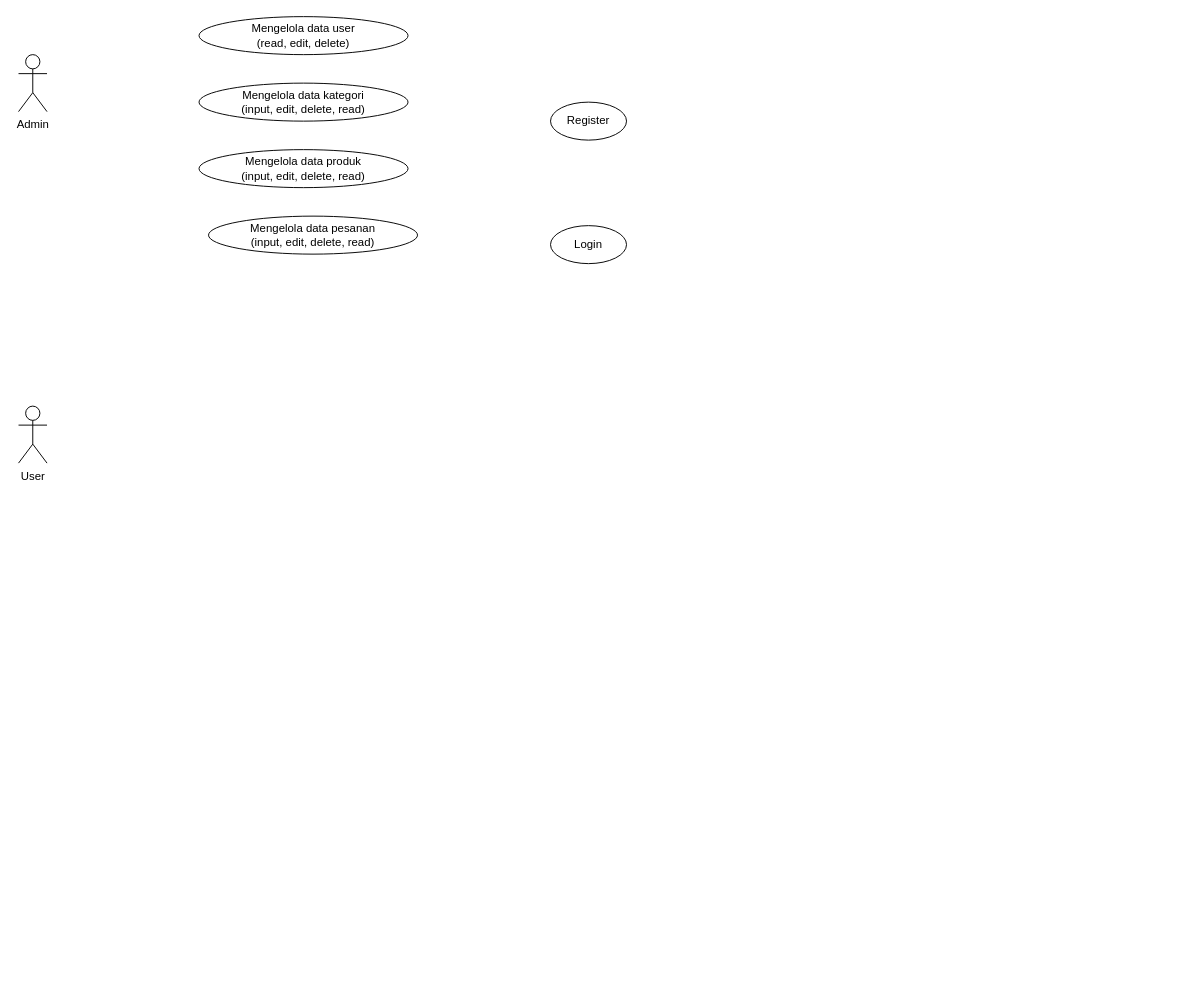
This is Diagram Tanpa Judul.drawio from sintariaulia/Diagram, a draw.io file, before an edit. Source tidied: cells renumbered, new cells numbered last; positions are measured from the earlier drawing's top-left corner, leaving out a move shared by most shapes. Both pictures are drawn from the tidied source at 95%, with x=0, y=0 at pixel (18, 16).
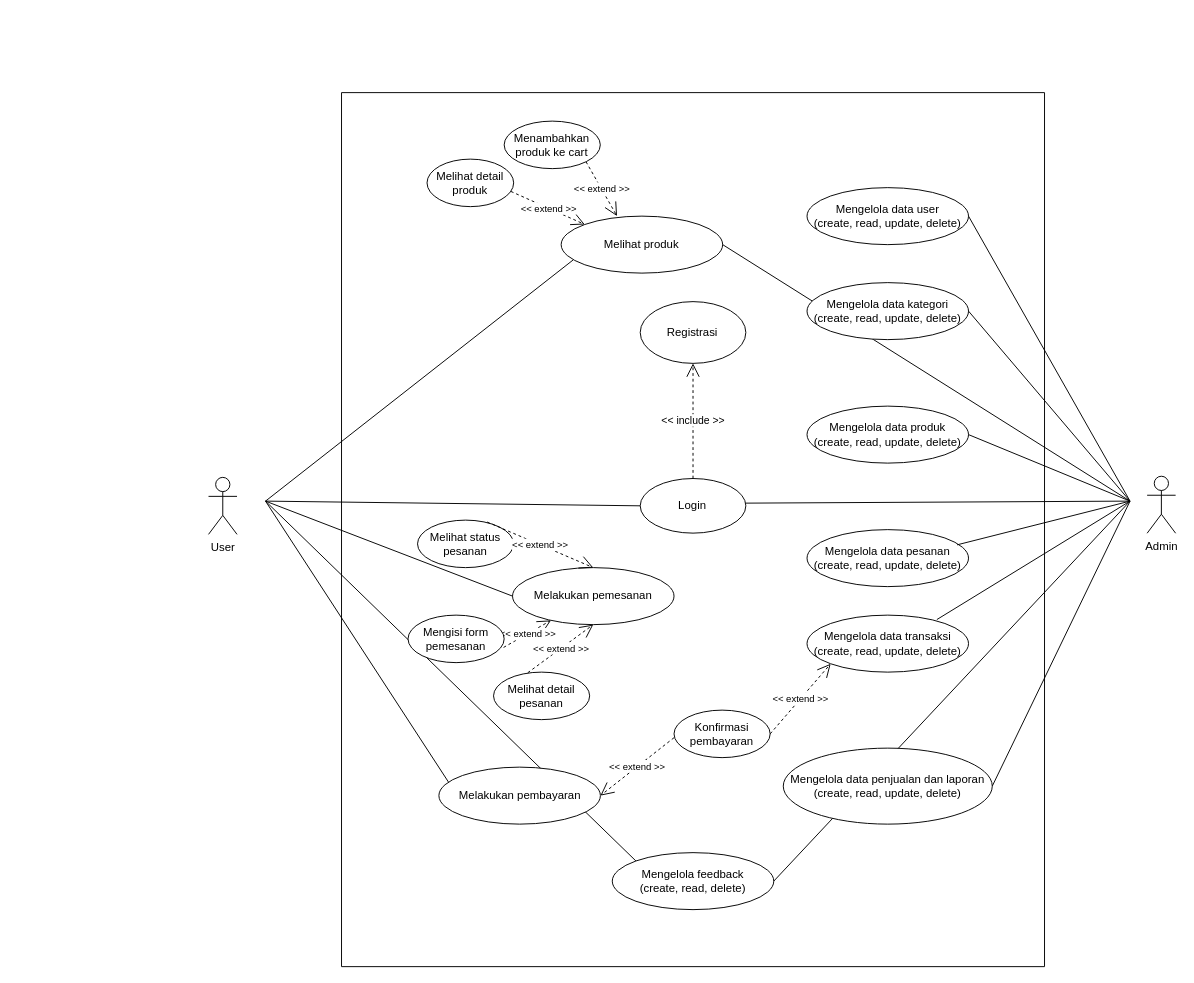
After the change.

What changed in the source:
```diff
@@
     <mxCell id="2" value="Admin" style="shape=umlActor;verticalLabelPosition=bottom;verticalAlign=top;html=1;" parent="1" vertex="1">
-      <mxGeometry y="40" width="30" height="60" as="geometry" />
+      <mxGeometry x="1188" y="483.8" width="30" height="60" as="geometry" />
     </mxCell>
     <mxCell id="3" value="User" style="shape=umlActor;verticalLabelPosition=bottom;verticalAlign=top;html=1;" parent="1" vertex="1">
-      <mxGeometry y="410" width="30" height="60" as="geometry" />
+      <mxGeometry x="200" y="485" width="30" height="60" as="geometry" />
     </mxCell>
+    <mxCell id="10" value="Mengelola data produk&lt;br&gt;(create, read, update, delete)" style="ellipse;whiteSpace=wrap;html=1;" parent="1" vertex="1">
+      <mxGeometry x="830" y="410" width="170" height="60" as="geometry" />
+    </mxCell>
+    <mxCell id="11" value="Mengelola data pesanan&lt;br&gt;(create, read, update, delete)" style="ellipse;whiteSpace=wrap;html=1;" parent="1" vertex="1">
+      <mxGeometry x="830" y="540" width="170" height="60" as="geometry" />
+    </mxCell>
+    <mxCell id="12" value="Melihat produk" style="ellipse;whiteSpace=wrap;html=1;" parent="1" vertex="1">
+      <mxGeometry x="571.2" y="210" width="170" height="60" as="geometry" />
+    </mxCell>
+    <mxCell id="13" value="&lt;font style=&quot;font-size: 10px;&quot;&gt;&amp;lt;&amp;lt; extend &amp;gt;&amp;gt;&lt;/font&gt;" style="endArrow=open;endSize=12;dashed=1;html=1;rounded=0;exitX=1;exitY=1;exitDx=0;exitDy=0;" parent="1" edge="1" source="47">
+      <mxGeometry relative="1" as="geometry">
+        <mxPoint x="630" y="210" as="targetPoint" />
+      </mxGeometry>
+    </mxCell>
+    <mxCell id="14" value="&lt;font style=&quot;font-size: 10px;&quot;&gt;&amp;lt;&amp;lt; extend &amp;gt;&amp;gt;&lt;/font&gt;" style="endArrow=open;endSize=12;dashed=1;html=1;rounded=0;exitX=0.968;exitY=0.68;exitDx=0;exitDy=0;exitPerimeter=0;entryX=0;entryY=0;entryDx=0;entryDy=0;" parent="1" edge="1" source="48" target="12">
+      <mxGeometry relative="1" as="geometry" />
+    </mxCell>
+    <mxCell id="15" style="endArrow=none;html=1;rounded=0;entryX=0;entryY=0.5;entryDx=0;entryDy=0;" parent="1" edge="1" target="4">
+      <mxGeometry relative="1" as="geometry">
+        <mxPoint x="260" y="510" as="sourcePoint" />
+      </mxGeometry>
+    </mxCell>
+    <mxCell id="16" style="endArrow=none;html=1;rounded=0;" parent="1" edge="1">
+      <mxGeometry relative="1" as="geometry">
+        <mxPoint x="730.6" y="512.3" as="sourcePoint" />
+        <mxPoint x="1170" y="510" as="targetPoint" />
+      </mxGeometry>
+    </mxCell>
+    <mxCell id="17" style="endArrow=none;html=1;rounded=0;exitX=1;exitY=0.5;exitDx=0;exitDy=0;" parent="1" edge="1" source="10">
+      <mxGeometry relative="1" as="geometry">
+        <mxPoint x="1170" y="510" as="targetPoint" />
+      </mxGeometry>
+    </mxCell>
+    <mxCell id="18" style="endArrow=none;html=1;rounded=0;exitX=1;exitY=0.5;exitDx=0;exitDy=0;" parent="1" edge="1" source="43">
+      <mxGeometry relative="1" as="geometry">
+        <mxPoint x="1170" y="510" as="targetPoint" />
+      </mxGeometry>
+    </mxCell>
+    <mxCell id="19" style="endArrow=none;html=1;rounded=0;exitX=1;exitY=0.5;exitDx=0;exitDy=0;" parent="1" edge="1" source="42">
+      <mxGeometry relative="1" as="geometry">
+        <mxPoint x="1170" y="510" as="targetPoint" />
+      </mxGeometry>
+    </mxCell>
+    <mxCell id="20" style="endArrow=none;html=1;rounded=0;exitX=0.929;exitY=0.267;exitDx=0;exitDy=0;exitPerimeter=0;" parent="1" edge="1" source="11">
+      <mxGeometry relative="1" as="geometry">
+        <mxPoint x="1170" y="510" as="targetPoint" />
+      </mxGeometry>
+    </mxCell>
+    <mxCell id="21" style="endArrow=none;html=1;rounded=0;exitX=0.804;exitY=0.078;exitDx=0;exitDy=0;exitPerimeter=0;" parent="1" edge="1" source="29">
+      <mxGeometry relative="1" as="geometry">
+        <mxPoint x="1170" y="510" as="targetPoint" />
+      </mxGeometry>
+    </mxCell>
+    <mxCell id="22" style="endArrow=none;html=1;rounded=0;" parent="1" edge="1">
+      <mxGeometry relative="1" as="geometry">
+        <mxPoint x="1025" y="810" as="sourcePoint" />
+        <mxPoint x="1170" y="510" as="targetPoint" />
+      </mxGeometry>
+    </mxCell>
+    <mxCell id="23" style="endArrow=none;html=1;rounded=0;" parent="1" edge="1">
+      <mxGeometry relative="1" as="geometry">
+        <mxPoint x="741.2" y="240" as="sourcePoint" />
+        <mxPoint x="1170" y="510" as="targetPoint" />
+      </mxGeometry>
+    </mxCell>
+    <mxCell id="24" style="endArrow=none;html=1;rounded=0;entryX=0.063;entryY=0.278;entryDx=0;entryDy=0;entryPerimeter=0;" parent="1" edge="1" target="49">
+      <mxGeometry relative="1" as="geometry">
+        <mxPoint x="260" y="510" as="sourcePoint" />
+      </mxGeometry>
+    </mxCell>
+    <mxCell id="25" style="endArrow=none;html=1;rounded=0;entryX=0;entryY=0.5;entryDx=0;entryDy=0;" parent="1" edge="1" target="36">
+      <mxGeometry relative="1" as="geometry">
+        <mxPoint x="260" y="510" as="sourcePoint" />
+      </mxGeometry>
+    </mxCell>
+    <mxCell id="26" style="endArrow=none;html=1;rounded=0;entryX=0.075;entryY=0.767;entryDx=0;entryDy=0;entryPerimeter=0;" parent="1" edge="1" target="12">
+      <mxGeometry relative="1" as="geometry">
+        <mxPoint x="260" y="510" as="sourcePoint" />
+      </mxGeometry>
+    </mxCell>
+    <mxCell id="27" value="&lt;font style=&quot;font-size: 10px;&quot;&gt;&amp;lt;&amp;lt; extend &amp;gt;&amp;gt;&lt;/font&gt;" style="endArrow=open;endSize=12;dashed=1;html=1;rounded=0;exitX=1;exitY=0.5;exitDx=0;exitDy=0;entryX=0;entryY=1;entryDx=0;entryDy=0;" parent="1" edge="1" source="30" target="29">
+      <mxGeometry relative="1" as="geometry" />
+    </mxCell>
+    <mxCell id="28" style="endArrow=none;html=1;rounded=0;exitX=1;exitY=0.5;exitDx=0;exitDy=0;" parent="1" edge="1" source="50">
+      <mxGeometry relative="1" as="geometry">
+        <mxPoint x="1170" y="510" as="targetPoint" />
+      </mxGeometry>
+    </mxCell>
+    <mxCell id="29" value="Mengelola data transaksi&lt;br&gt;(create, read, update, delete)" style="ellipse;whiteSpace=wrap;html=1;" parent="1" vertex="1">
+      <mxGeometry x="830" y="630" width="170" height="60" as="geometry" />
+    </mxCell>
+    <mxCell id="30" value="Konfirmasi pembayaran" style="ellipse;whiteSpace=wrap;html=1;" parent="1" vertex="1">
+      <mxGeometry x="690" y="730" width="101.2" height="50" as="geometry" />
+    </mxCell>
+    <mxCell id="31" value="Mengelola data penjualan dan laporan&lt;br&gt;(create, read, update, delete)" style="ellipse;whiteSpace=wrap;html=1;" parent="1" vertex="1">
+      <mxGeometry x="805" y="770" width="220" height="80" as="geometry" />
+    </mxCell>
+    <mxCell id="32" value="&lt;font style=&quot;font-size: 10px;&quot;&gt;&amp;lt;&amp;lt; extend &amp;gt;&amp;gt;&lt;/font&gt;" style="endArrow=open;endSize=12;dashed=1;html=1;rounded=0;exitX=1;exitY=0.5;exitDx=0;exitDy=0;entryX=1;entryY=0.5;entryDx=0;entryDy=0;" parent="1" edge="1" target="49">
+      <mxGeometry relative="1" as="geometry">
+        <mxPoint x="690" y="759" as="sourcePoint" />
+      </mxGeometry>
+    </mxCell>
+    <mxCell id="33" style="endArrow=none;html=1;rounded=0;entryX=0;entryY=0;entryDx=0;entryDy=0;" parent="1" edge="1" target="50">
+      <mxGeometry relative="1" as="geometry">
+        <mxPoint x="260" y="510" as="sourcePoint" />
+      </mxGeometry>
+    </mxCell>
+    <mxCell id="34" style="swimlane;startSize=0;" parent="1" vertex="1">
+      <mxGeometry x="340" y="80" width="740" height="920" as="geometry" />
+    </mxCell>
+    <mxCell id="35" value="Melihat detail pesanan" style="ellipse;whiteSpace=wrap;html=1;" parent="34" vertex="1">
+      <mxGeometry x="160" y="610" width="101.2" height="50" as="geometry" />
+    </mxCell>
+    <mxCell id="36" value="Melakukan pemesanan" style="ellipse;whiteSpace=wrap;html=1;" parent="34" vertex="1">
+      <mxGeometry x="180" y="500" width="170" height="60" as="geometry" />
+    </mxCell>
+    <mxCell id="37" value="&lt;font style=&quot;font-size: 10px;&quot;&gt;&amp;lt;&amp;lt; extend &amp;gt;&amp;gt;&lt;/font&gt;" style="endArrow=open;endSize=12;dashed=1;html=1;rounded=0;exitX=0.356;exitY=0.013;exitDx=0;exitDy=0;entryX=0.5;entryY=1;entryDx=0;entryDy=0;exitPerimeter=0;" parent="34" edge="1" source="35" target="36">
+      <mxGeometry relative="1" as="geometry" />
+    </mxCell>
+    <mxCell id="38" value="&lt;font style=&quot;font-size: 10px;&quot;&gt;&amp;lt;&amp;lt; extend &amp;gt;&amp;gt;&lt;/font&gt;" style="endArrow=open;endSize=12;dashed=1;html=1;rounded=0;exitX=0.994;exitY=0.68;exitDx=0;exitDy=0;exitPerimeter=0;" parent="34" edge="1" source="41" target="36">
+      <mxGeometry relative="1" as="geometry" />
+    </mxCell>
+    <mxCell id="39" value="Melihat status pesanan" style="ellipse;whiteSpace=wrap;html=1;" parent="34" vertex="1">
+      <mxGeometry x="80" y="450" width="101.2" height="50" as="geometry" />
+    </mxCell>
+    <mxCell id="40" value="&lt;font style=&quot;font-size: 10px;&quot;&gt;&amp;lt;&amp;lt; extend &amp;gt;&amp;gt;&lt;/font&gt;" style="endArrow=open;endSize=12;dashed=1;html=1;rounded=0;exitX=0.724;exitY=0.04;exitDx=0;exitDy=0;entryX=0.5;entryY=0;entryDx=0;entryDy=0;exitPerimeter=0;" parent="34" edge="1" source="39" target="36">
+      <mxGeometry relative="1" as="geometry" />
+    </mxCell>
+    <mxCell id="41" value="Mengisi form pemesanan" style="ellipse;whiteSpace=wrap;html=1;" parent="34" vertex="1">
+      <mxGeometry x="70" y="550" width="101.2" height="50" as="geometry" />
+    </mxCell>
+    <mxCell id="42" value="Mengelola data user&lt;br&gt;(create, read, update, delete)" style="ellipse;whiteSpace=wrap;html=1;" parent="34" vertex="1">
+      <mxGeometry x="490" y="100" width="170" height="60" as="geometry" />
+    </mxCell>
+    <mxCell id="43" value="Mengelola data kategori&lt;br&gt;(create, read, update, delete)" style="ellipse;whiteSpace=wrap;html=1;" parent="34" vertex="1">
+      <mxGeometry x="490" y="200" width="170" height="60" as="geometry" />
+    </mxCell>
+    <mxCell id="44" style="edgeStyle=orthogonalEdgeStyle;rounded=0;orthogonalLoop=1;jettySize=auto;html=1;exitX=0.5;exitY=1;exitDx=0;exitDy=0;" parent="34" edge="1" source="43" target="43">
+      <mxGeometry relative="1" as="geometry" />
+    </mxCell>
+    <mxCell id="45" value="Registrasi" style="ellipse;whiteSpace=wrap;html=1;" parent="34" vertex="1">
+      <mxGeometry x="314.4" y="220" width="111.2" height="65" as="geometry" />
+    </mxCell>
-    <mxCell id="4" value="Login" style="ellipse;whiteSpace=wrap;html=1;" parent="1" vertex="1">
-      <mxGeometry x="560" y="220" width="80" height="40" as="geometry" />
+    <mxCell id="4" value="Login" style="ellipse;whiteSpace=wrap;html=1;" parent="34" vertex="1">
+      <mxGeometry x="314.4" y="406.2" width="111.2" height="57.5" as="geometry" />
     </mxCell>
-    <mxCell id="5" value="Mengelola data user&lt;br&gt;(read, edit, delete)" style="ellipse;whiteSpace=wrap;html=1;" parent="1" vertex="1">
-      <mxGeometry x="190" width="220" height="40" as="geometry" />
-    </mxCell>
-    <mxCell id="6" value="Register" style="ellipse;whiteSpace=wrap;html=1;" parent="1" vertex="1">
-      <mxGeometry x="560" y="90" width="80" height="40" as="geometry" />
-    </mxCell>
-    <mxCell id="7" value="Mengelola data kategori&lt;br&gt;(input, edit, delete, read)" style="ellipse;whiteSpace=wrap;html=1;" parent="1" vertex="1">
-      <mxGeometry x="190" y="70" width="220" height="40" as="geometry" />
-    </mxCell>
-    <mxCell id="8" value="Mengelola data produk&lt;br&gt;(input, edit, delete, read)" style="ellipse;whiteSpace=wrap;html=1;" parent="1" vertex="1">
-      <mxGeometry x="190" y="140" width="220" height="40" as="geometry" />
-    </mxCell>
-    <mxCell id="9" value="Mengelola data pesanan&lt;br&gt;(input, edit, delete, read)" style="ellipse;whiteSpace=wrap;html=1;" parent="1" vertex="1">
-      <mxGeometry x="200" y="210" width="220" height="40" as="geometry" />
-    </mxCell>
+    <mxCell id="46" value="&amp;lt;&amp;lt; include &amp;gt;&amp;gt;" style="endArrow=open;endSize=12;dashed=1;html=1;rounded=0;entryX=0.5;entryY=1;entryDx=0;entryDy=0;exitX=0.5;exitY=0;exitDx=0;exitDy=0;" parent="34" edge="1" source="4" target="45">
+      <mxGeometry relative="1" as="geometry" />
+    </mxCell>
+    <mxCell id="47" value="Menambahkan produk ke cart" style="ellipse;whiteSpace=wrap;html=1;" parent="34" vertex="1">
+      <mxGeometry x="171.2" y="30" width="101.2" height="50" as="geometry" />
+    </mxCell>
+    <mxCell id="48" value="Melihat detail produk" style="ellipse;whiteSpace=wrap;html=1;" parent="34" vertex="1">
+      <mxGeometry x="90" y="70" width="91.2" height="50" as="geometry" />
+    </mxCell>
+    <mxCell id="49" value="Melakukan pembayaran" style="ellipse;whiteSpace=wrap;html=1;" parent="34" vertex="1">
+      <mxGeometry x="102.5" y="710" width="170" height="60" as="geometry" />
+    </mxCell>
+    <mxCell id="50" value="Mengelola feedback&lt;br&gt;(create, read, delete)" style="ellipse;whiteSpace=wrap;html=1;" parent="34" vertex="1">
+      <mxGeometry x="285" y="800" width="170" height="60" as="geometry" />
+    </mxCell>
```
